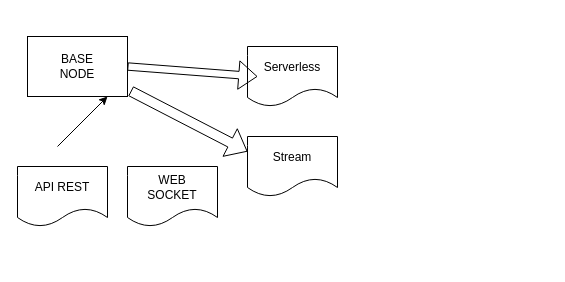
Above: drawn.drawio in PedroVictor022/nodejs-JWT (draw.io), before the change. Source tidied: cells renumbered, new cells numbered last; positions are measured from the earlier drawing's top-left corner, leaving out a move shared by most shapes. Both pictures are drawn from the tidied source at 100%, with x=0, y=0 at pixel (17, 36).
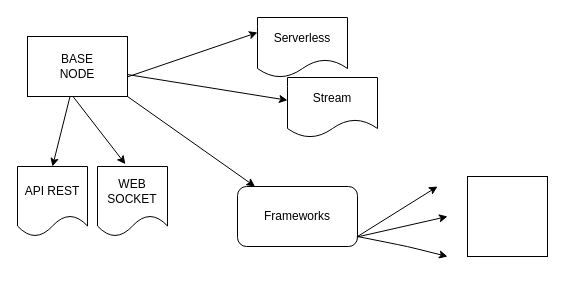
After the change.

Unchanged cells that the change refers to:
```xml
<mxCell id="2" value="BASE&lt;br&gt;NODE" style="rounded=0;whiteSpace=wrap;html=1;" parent="1" vertex="1">
  <mxGeometry x="10" width="100" height="60" as="geometry" />
</mxCell>
```

What changed in the source:
```diff
@@
     <mxCell id="3" value="WEB&lt;br&gt;SOCKET" style="shape=document;whiteSpace=wrap;html=1;boundedLbl=1;" parent="1" vertex="1">
-      <mxGeometry x="110" y="130" width="90" height="60" as="geometry" />
+      <mxGeometry x="80" y="130" width="70" height="70" as="geometry" />
     </mxCell>
     <mxCell id="4" value="Serverless" style="shape=document;whiteSpace=wrap;html=1;boundedLbl=1;" parent="1" vertex="1">
-      <mxGeometry x="230" y="10" width="90" height="60" as="geometry" />
+      <mxGeometry x="240" y="-19" width="90" height="60" as="geometry" />
     </mxCell>
     <mxCell id="5" value="API REST" style="shape=document;whiteSpace=wrap;html=1;boundedLbl=1;" parent="1" vertex="1">
-      <mxGeometry y="130" width="90" height="60" as="geometry" />
+      <mxGeometry y="130" width="70" height="70" as="geometry" />
     </mxCell>
     <mxCell id="6" value="Stream" style="shape=document;whiteSpace=wrap;html=1;boundedLbl=1;" parent="1" vertex="1">
-      <mxGeometry x="230" y="100" width="90" height="60" as="geometry" />
+      <mxGeometry x="270" y="41" width="90" height="60" as="geometry" />
     </mxCell>
+    <mxCell id="9" style="endArrow=classic;html=1;entryX=0.5;entryY=0;entryDx=0;entryDy=0;" parent="1" edge="1" source="2" target="5">
+      <mxGeometry relative="1" as="geometry" />
+    </mxCell>
+    <mxCell id="10" style="endArrow=classic;html=1;entryX=0.398;entryY=-0.034;entryDx=0;entryDy=0;entryPerimeter=0;" parent="1" edge="1" target="3">
+      <mxGeometry relative="1" as="geometry">
+        <mxPoint x="55.5" y="60" as="sourcePoint" />
+      </mxGeometry>
+    </mxCell>
-    <mxCell id="7" style="shape=flexArrow;endArrow=classic;html=1;exitX=1.032;exitY=0.91;exitDx=0;exitDy=0;exitPerimeter=0;entryX=0;entryY=0.25;entryDx=0;entryDy=0;" parent="1" edge="1" source="2" target="6">
+    <mxCell id="7" style="endArrow=classic;html=1;" parent="1" edge="1" source="2" target="6">
       <mxGeometry relative="1" as="geometry" />
     </mxCell>
-    <mxCell id="8" style="shape=flexArrow;endArrow=classic;html=1;width=7.4074074074074066;endSize=5.755555555555555;exitX=1;exitY=0.5;exitDx=0;exitDy=0;" parent="1" edge="1" source="2">
-      <mxGeometry relative="1" as="geometry">
-        <mxPoint x="240" y="40" as="targetPoint" />
-      </mxGeometry>
-    </mxCell>
-    <mxCell id="9" style="endArrow=classic;html=1;" parent="1" edge="1">
-      <mxGeometry relative="1" as="geometry">
-        <mxPoint x="40" y="110" as="sourcePoint" />
-        <mxPoint x="90" y="60" as="targetPoint" />
-      </mxGeometry>
-    </mxCell>
+    <mxCell id="11" style="endArrow=classic;html=1;entryX=0;entryY=0.25;entryDx=0;entryDy=0;exitX=0.995;exitY=0.676;exitDx=0;exitDy=0;exitPerimeter=0;" parent="1" edge="1" source="2" target="4">
+      <mxGeometry relative="1" as="geometry" />
+    </mxCell>
+    <mxCell id="12" value="Frameworks" style="rounded=1;whiteSpace=wrap;html=1;" parent="1" vertex="1">
+      <mxGeometry x="220" y="150" width="120" height="60" as="geometry" />
+    </mxCell>
+    <mxCell id="13" style="endArrow=classic;html=1;exitX=1;exitY=1;exitDx=0;exitDy=0;" parent="1" edge="1" source="2" target="12">
+      <mxGeometry relative="1" as="geometry" />
+    </mxCell>
+    <mxCell id="14" style="endArrow=classic;html=1;" parent="1" edge="1">
+      <mxGeometry relative="1" as="geometry">
+        <mxPoint x="340" y="200" as="sourcePoint" />
+        <mxPoint x="420" y="150" as="targetPoint" />
+      </mxGeometry>
+    </mxCell>
+    <mxCell id="15" style="endArrow=classic;html=1;exitX=0.993;exitY=0.843;exitDx=0;exitDy=0;exitPerimeter=0;" parent="1" edge="1" source="12">
+      <mxGeometry relative="1" as="geometry">
+        <mxPoint x="430" y="180" as="targetPoint" />
+      </mxGeometry>
+    </mxCell>
+    <mxCell id="16" style="endArrow=classic;html=1;" parent="1" edge="1">
+      <mxGeometry relative="1" as="geometry">
+        <mxPoint x="340" y="200" as="sourcePoint" />
+        <mxPoint x="430" y="220" as="targetPoint" />
+        <Array as="points">
+          <mxPoint x="390" y="210" />
+        </Array>
+      </mxGeometry>
+    </mxCell>
+    <mxCell id="17" style="whiteSpace=wrap;html=1;" parent="1" vertex="1">
+      <mxGeometry x="450" y="140" width="80" height="80" as="geometry" />
+    </mxCell>
```
